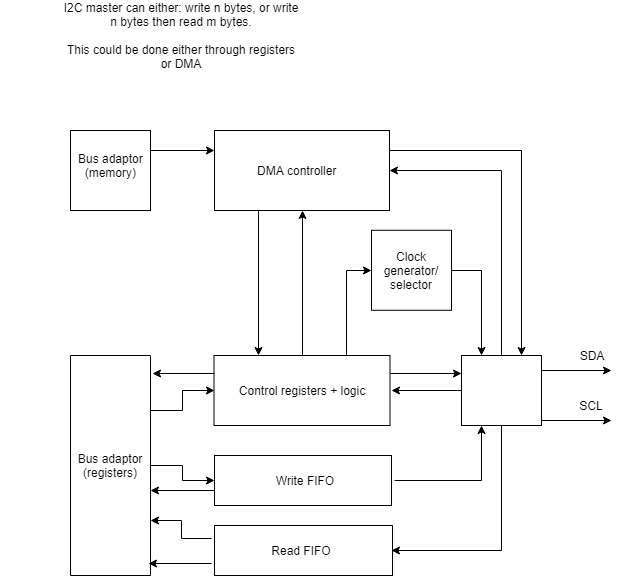
Before: I2C block diagram.png, a diagram exported from draw.io (digital-design-hq/I2C-master-peripheral). Source tidied: cells renumbered, new cells last; positions are measured from the earlier drawing's top-left corner, leaving out a move shared by most shapes. Source of this version:
```xml
<mxGraphModel>
  <root>
    <mxCell id="0" />
    <mxCell id="1" parent="0" />
    <mxCell id="2" value="I2C master can either: write n bytes, or write n bytes then read m bytes.&lt;br&gt;&lt;br&gt;This could be done either through registers or DMA" style="text;html=1;strokeColor=none;fillColor=none;align=center;verticalAlign=middle;whiteSpace=wrap;rounded=0;" parent="1" vertex="1">
      <mxGeometry x="61" width="240" height="70" as="geometry" />
    </mxCell>
    <mxCell id="3" style="group;" parent="1" vertex="1">
      <mxGeometry x="70" y="130" width="80" height="80" as="geometry" />
    </mxCell>
    <mxCell id="4" style="group;" parent="3" vertex="1">
      <mxGeometry width="80" height="80" as="geometry" />
    </mxCell>
    <mxCell id="5" style="whiteSpace=wrap;html=1;" parent="4" vertex="1">
      <mxGeometry width="80" height="80" as="geometry" />
    </mxCell>
    <mxCell id="6" value="Bus adaptor&lt;br&gt;(memory)" style="text;html=1;align=center;verticalAlign=middle;fillColor=none;strokeColor=none;rounded=0;" parent="4" vertex="1">
      <mxGeometry y="20" width="80" height="30" as="geometry" />
    </mxCell>
    <mxCell id="7" style="rounded=0;whiteSpace=wrap;html=1;" parent="1" vertex="1">
      <mxGeometry x="214" y="455" width="177" height="50" as="geometry" />
    </mxCell>
    <mxCell id="8" style="rounded=0;whiteSpace=wrap;html=1;" parent="1" vertex="1">
      <mxGeometry x="214" y="525" width="178" height="50" as="geometry" />
    </mxCell>
    <mxCell id="9" style="group;" parent="1" vertex="1">
      <mxGeometry y="310" width="220" height="260" as="geometry" />
    </mxCell>
    <mxCell id="10" style="rounded=0;whiteSpace=wrap;html=1;rotation=90;" parent="9" vertex="1">
      <mxGeometry y="115" width="220" height="80" as="geometry" />
    </mxCell>
    <mxCell id="11" value="Bus adaptor (registers)" style="text;html=1;strokeColor=none;fillColor=none;align=center;verticalAlign=middle;whiteSpace=wrap;rounded=0;" parent="9" vertex="1">
      <mxGeometry x="70" y="50" width="80" height="210" as="geometry" />
    </mxCell>
    <mxCell id="12" style="group;" parent="1" vertex="1">
      <mxGeometry x="214" y="130" width="180" height="80" as="geometry" />
    </mxCell>
    <mxCell id="13" style="rounded=0;whiteSpace=wrap;html=1;" parent="12" vertex="1">
      <mxGeometry width="175" height="80" as="geometry" />
    </mxCell>
    <mxCell id="14" value="DMA controller" style="text;html=1;align=center;verticalAlign=middle;fillColor=none;strokeColor=none;rounded=0;" parent="12" vertex="1">
      <mxGeometry x="37.5" y="30" width="90" height="20" as="geometry" />
    </mxCell>
    <mxCell id="15" style="group;" parent="1" vertex="1">
      <mxGeometry x="211" y="355" width="180" height="70" as="geometry" />
    </mxCell>
    <mxCell id="16" style="rounded=0;whiteSpace=wrap;html=1;" parent="15" vertex="1">
      <mxGeometry x="2.5" width="176" height="70" as="geometry" />
    </mxCell>
    <mxCell id="17" value="Control registers + logic" style="text;html=1;strokeColor=none;fillColor=none;align=center;verticalAlign=middle;whiteSpace=wrap;rounded=0;" parent="15" vertex="1">
      <mxGeometry y="25" width="180" height="20" as="geometry" />
    </mxCell>
    <mxCell id="18" style="group;" parent="1" vertex="1">
      <mxGeometry x="461" y="355" width="150" height="70" as="geometry" />
    </mxCell>
    <mxCell id="19" style="rounded=0;whiteSpace=wrap;html=1;" parent="18" vertex="1">
      <mxGeometry width="80" height="70" as="geometry" />
    </mxCell>
    <mxCell id="20" style="endArrow=classic;html=1;" parent="18" edge="1">
      <mxGeometry relative="1" as="geometry">
        <mxPoint x="80" y="15" as="sourcePoint" />
        <mxPoint x="150" y="15" as="targetPoint" />
      </mxGeometry>
    </mxCell>
    <mxCell id="21" style="endArrow=classic;html=1;" parent="18" edge="1">
      <mxGeometry relative="1" as="geometry">
        <mxPoint x="80" y="65" as="sourcePoint" />
        <mxPoint x="150" y="65" as="targetPoint" />
      </mxGeometry>
    </mxCell>
    <mxCell id="22" value="SCL" style="text;html=1;strokeColor=none;fillColor=none;align=center;verticalAlign=middle;whiteSpace=wrap;rounded=0;" parent="18" vertex="1">
      <mxGeometry x="110" y="40" width="40" height="20" as="geometry" />
    </mxCell>
    <mxCell id="23" style="edgeStyle=orthogonalEdgeStyle;rounded=0;jettySize=auto;html=1;exitX=1;exitY=0.5;exitDx=0;exitDy=0;entryX=0.25;entryY=1;entryDx=0;entryDy=0;" parent="1" edge="1" source="25" target="19">
      <mxGeometry relative="1" as="geometry" />
    </mxCell>
    <mxCell id="24" style="edgeStyle=orthogonalEdgeStyle;rounded=0;jettySize=auto;html=1;exitX=0;exitY=0.75;exitDx=0;exitDy=0;entryX=0.996;entryY=0.619;entryDx=0;entryDy=0;entryPerimeter=0;" parent="1" edge="1" source="25" target="11">
      <mxGeometry relative="1" as="geometry" />
    </mxCell>
    <mxCell id="25" value="Write FIFO" style="text;html=1;strokeColor=none;fillColor=none;align=center;verticalAlign=middle;whiteSpace=wrap;rounded=0;" parent="1" vertex="1">
      <mxGeometry x="214" y="460" width="180" height="40" as="geometry" />
    </mxCell>
    <mxCell id="26" style="edgeStyle=orthogonalEdgeStyle;rounded=0;jettySize=auto;html=1;exitX=0;exitY=0.25;exitDx=0;exitDy=0;entryX=0.75;entryY=0;entryDx=0;entryDy=0;" parent="1" edge="1" source="28" target="10">
      <mxGeometry relative="1" as="geometry" />
    </mxCell>
    <mxCell id="27" style="edgeStyle=orthogonalEdgeStyle;rounded=0;jettySize=auto;html=1;exitX=0;exitY=0.75;exitDx=0;exitDy=0;entryX=0.971;entryY=0.968;entryDx=0;entryDy=0;entryPerimeter=0;" parent="1" edge="1" source="28" target="11">
      <mxGeometry relative="1" as="geometry" />
    </mxCell>
    <mxCell id="28" value="Read FIFO" style="text;html=1;strokeColor=none;fillColor=none;align=center;verticalAlign=middle;whiteSpace=wrap;rounded=0;" parent="1" vertex="1">
      <mxGeometry x="211" y="525" width="180" height="50" as="geometry" />
    </mxCell>
    <mxCell id="29" value="SDA" style="text;html=1;strokeColor=none;fillColor=none;align=center;verticalAlign=middle;whiteSpace=wrap;rounded=0;" parent="1" vertex="1">
      <mxGeometry x="571" y="345" width="40" height="20" as="geometry" />
    </mxCell>
    <mxCell id="30" style="edgeStyle=orthogonalEdgeStyle;rounded=0;jettySize=auto;html=1;exitX=1;exitY=0.25;exitDx=0;exitDy=0;entryX=0.75;entryY=0;entryDx=0;entryDy=0;" parent="1" edge="1" source="13" target="19">
      <mxGeometry relative="1" as="geometry" />
    </mxCell>
    <mxCell id="31" style="edgeStyle=orthogonalEdgeStyle;rounded=0;jettySize=auto;html=1;exitX=1;exitY=0.25;exitDx=0;exitDy=0;entryX=0;entryY=0.25;entryDx=0;entryDy=0;" parent="1" edge="1" source="5" target="13">
      <mxGeometry relative="1" as="geometry" />
    </mxCell>
    <mxCell id="32" style="edgeStyle=orthogonalEdgeStyle;rounded=0;jettySize=auto;html=1;exitX=1;exitY=0.25;exitDx=0;exitDy=0;entryX=0;entryY=0.25;entryDx=0;entryDy=0;" parent="1" edge="1" source="16" target="19">
      <mxGeometry relative="1" as="geometry" />
    </mxCell>
    <mxCell id="33" style="edgeStyle=orthogonalEdgeStyle;rounded=0;jettySize=auto;html=1;exitX=0;exitY=0.5;exitDx=0;exitDy=0;entryX=1;entryY=0.5;entryDx=0;entryDy=0;" parent="1" edge="1" source="19" target="17">
      <mxGeometry relative="1" as="geometry" />
    </mxCell>
    <mxCell id="34" style="group;" parent="1" vertex="1">
      <mxGeometry x="371" y="229.8" width="80" height="80.2" as="geometry" />
    </mxCell>
    <mxCell id="35" style="whiteSpace=wrap;html=1;" parent="34" vertex="1">
      <mxGeometry width="80" height="80" as="geometry" />
    </mxCell>
    <mxCell id="36" value="Clock generator/ selector" style="text;html=1;strokeColor=none;fillColor=none;align=center;verticalAlign=middle;whiteSpace=wrap;rounded=0;" parent="34" vertex="1">
      <mxGeometry y="0.2" width="80" height="80" as="geometry" />
    </mxCell>
    <mxCell id="37" style="edgeStyle=orthogonalEdgeStyle;rounded=0;jettySize=auto;html=1;exitX=0.5;exitY=0;exitDx=0;exitDy=0;entryX=1;entryY=0.5;entryDx=0;entryDy=0;" parent="1" edge="1" source="19" target="13">
      <mxGeometry relative="1" as="geometry" />
    </mxCell>
    <mxCell id="38" style="edgeStyle=orthogonalEdgeStyle;rounded=0;jettySize=auto;html=1;exitX=1;exitY=0.5;exitDx=0;exitDy=0;entryX=0.25;entryY=0;entryDx=0;entryDy=0;" parent="1" edge="1" source="36" target="19">
      <mxGeometry relative="1" as="geometry" />
    </mxCell>
    <mxCell id="39" style="edgeStyle=orthogonalEdgeStyle;rounded=0;jettySize=auto;html=1;exitX=0.75;exitY=0;exitDx=0;exitDy=0;entryX=0;entryY=0.5;entryDx=0;entryDy=0;" parent="1" edge="1" source="16" target="36">
      <mxGeometry relative="1" as="geometry" />
    </mxCell>
    <mxCell id="40" style="edgeStyle=orthogonalEdgeStyle;rounded=0;jettySize=auto;html=1;exitX=0.5;exitY=0;exitDx=0;exitDy=0;entryX=0.5;entryY=1;entryDx=0;entryDy=0;" parent="1" edge="1" source="16" target="13">
      <mxGeometry relative="1" as="geometry" />
    </mxCell>
    <mxCell id="41" style="edgeStyle=orthogonalEdgeStyle;rounded=0;jettySize=auto;html=1;exitX=0.25;exitY=1;exitDx=0;exitDy=0;entryX=0.25;entryY=0;entryDx=0;entryDy=0;" parent="1" edge="1" source="13" target="16">
      <mxGeometry relative="1" as="geometry" />
    </mxCell>
    <mxCell id="42" style="edgeStyle=orthogonalEdgeStyle;rounded=0;jettySize=auto;html=1;exitX=0.5;exitY=1;exitDx=0;exitDy=0;entryX=1;entryY=0.5;entryDx=0;entryDy=0;" parent="1" edge="1" source="19" target="28">
      <mxGeometry relative="1" as="geometry" />
    </mxCell>
    <mxCell id="43" style="edgeStyle=orthogonalEdgeStyle;rounded=0;jettySize=auto;html=1;exitX=0.5;exitY=0;exitDx=0;exitDy=0;entryX=0;entryY=0.5;entryDx=0;entryDy=0;" parent="1" edge="1" source="10" target="25">
      <mxGeometry relative="1" as="geometry" />
    </mxCell>
    <mxCell id="44" style="edgeStyle=orthogonalEdgeStyle;rounded=0;jettySize=auto;html=1;exitX=0.25;exitY=0;exitDx=0;exitDy=0;entryX=0;entryY=0.5;entryDx=0;entryDy=0;" parent="1" edge="1" source="10" target="16">
      <mxGeometry relative="1" as="geometry" />
    </mxCell>
    <mxCell id="45" style="edgeStyle=orthogonalEdgeStyle;rounded=0;jettySize=auto;html=1;exitX=0;exitY=0.25;exitDx=0;exitDy=0;entryX=1.029;entryY=0.06;entryDx=0;entryDy=0;entryPerimeter=0;" parent="1" edge="1" source="16" target="11">
      <mxGeometry relative="1" as="geometry" />
    </mxCell>
  </root>
</mxGraphModel>
```
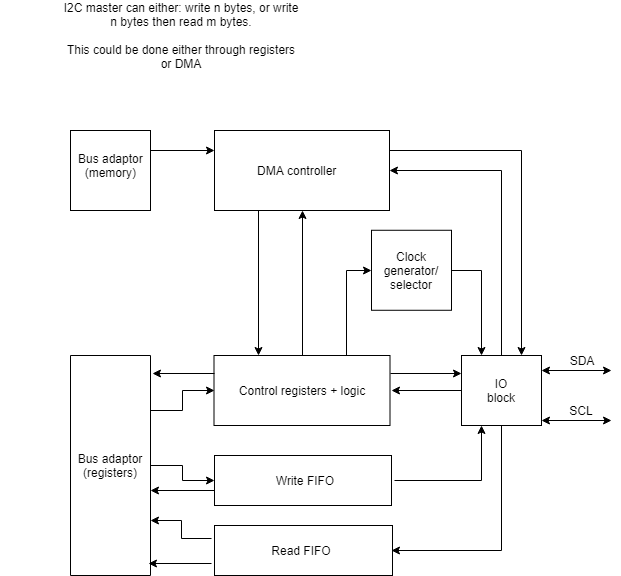
Later version of the same file.

Change to the diagram source:
```diff
@@ -56,21 +56,21 @@
     <mxCell id="19" style="rounded=0;whiteSpace=wrap;html=1;" parent="18" vertex="1">
       <mxGeometry width="80" height="70" as="geometry" />
     </mxCell>
-    <mxCell id="20" style="endArrow=classic;html=1;" parent="18" edge="1">
-      <mxGeometry relative="1" as="geometry">
-        <mxPoint x="80" y="15" as="sourcePoint" />
-        <mxPoint x="150" y="15" as="targetPoint" />
-      </mxGeometry>
-    </mxCell>
-    <mxCell id="21" style="endArrow=classic;html=1;" parent="18" edge="1">
-      <mxGeometry relative="1" as="geometry">
-        <mxPoint x="80" y="65" as="sourcePoint" />
-        <mxPoint x="150" y="65" as="targetPoint" />
-      </mxGeometry>
-    </mxCell>
+    <mxCell id="46" style="endArrow=classic;startArrow=classic;html=1;" parent="18" edge="1">
+      <mxGeometry relative="1" as="geometry">
+        <mxPoint x="80" y="65" as="sourcePoint" />
+        <mxPoint x="150" y="65" as="targetPoint" />
+      </mxGeometry>
+    </mxCell>
     <mxCell id="22" value="SCL" style="text;html=1;strokeColor=none;fillColor=none;align=center;verticalAlign=middle;whiteSpace=wrap;rounded=0;" parent="18" vertex="1">
-      <mxGeometry x="110" y="40" width="40" height="20" as="geometry" />
+      <mxGeometry x="100" y="45" width="40" height="20" as="geometry" />
     </mxCell>
+    <mxCell id="29" value="SDA" style="text;html=1;strokeColor=none;fillColor=none;align=center;verticalAlign=middle;whiteSpace=wrap;rounded=0;" parent="18" vertex="1">
+      <mxGeometry x="100" y="-5" width="40" height="20" as="geometry" />
+    </mxCell>
+    <mxCell id="47" value="IO block" style="text;html=1;strokeColor=none;fillColor=none;align=center;verticalAlign=middle;whiteSpace=wrap;rounded=0;" parent="18" vertex="1">
+      <mxGeometry x="20.2" y="25" width="40" height="20" as="geometry" />
+    </mxCell>
     <mxCell id="23" style="edgeStyle=orthogonalEdgeStyle;rounded=0;jettySize=auto;html=1;exitX=1;exitY=0.5;exitDx=0;exitDy=0;entryX=0.25;entryY=1;entryDx=0;entryDy=0;" parent="1" edge="1" source="25" target="19">
       <mxGeometry relative="1" as="geometry" />
     </mxCell>
@@ -89,9 +89,6 @@
     <mxCell id="28" value="Read FIFO" style="text;html=1;strokeColor=none;fillColor=none;align=center;verticalAlign=middle;whiteSpace=wrap;rounded=0;" parent="1" vertex="1">
       <mxGeometry x="211" y="525" width="180" height="50" as="geometry" />
     </mxCell>
-    <mxCell id="29" value="SDA" style="text;html=1;strokeColor=none;fillColor=none;align=center;verticalAlign=middle;whiteSpace=wrap;rounded=0;" parent="1" vertex="1">
-      <mxGeometry x="571" y="345" width="40" height="20" as="geometry" />
-    </mxCell>
     <mxCell id="30" style="edgeStyle=orthogonalEdgeStyle;rounded=0;jettySize=auto;html=1;exitX=1;exitY=0.25;exitDx=0;exitDy=0;entryX=0.75;entryY=0;entryDx=0;entryDy=0;" parent="1" edge="1" source="13" target="19">
       <mxGeometry relative="1" as="geometry" />
     </mxCell>
@@ -140,5 +137,11 @@
     <mxCell id="45" style="edgeStyle=orthogonalEdgeStyle;rounded=0;jettySize=auto;html=1;exitX=0;exitY=0.25;exitDx=0;exitDy=0;entryX=1.029;entryY=0.06;entryDx=0;entryDy=0;entryPerimeter=0;" parent="1" edge="1" source="16" target="11">
       <mxGeometry relative="1" as="geometry" />
     </mxCell>
+    <mxCell id="48" style="endArrow=classic;startArrow=classic;html=1;" parent="1" edge="1">
+      <mxGeometry relative="1" as="geometry">
+        <mxPoint x="541" y="370" as="sourcePoint" />
+        <mxPoint x="611" y="370" as="targetPoint" />
+      </mxGeometry>
+    </mxCell>
   </root>
 </mxGraphModel>
```
